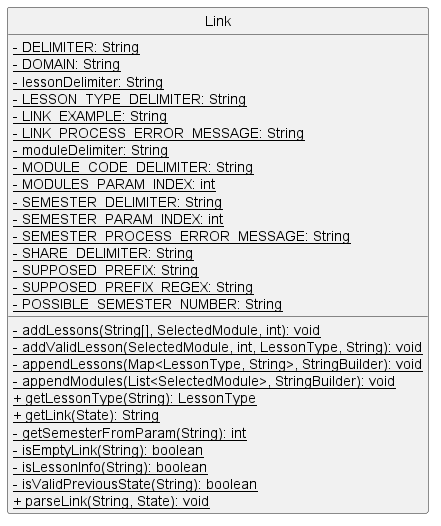
The PlantUML diagram docs/images/linkClass.png in nus-cs2113-AY2223S1/tp, before a commit.
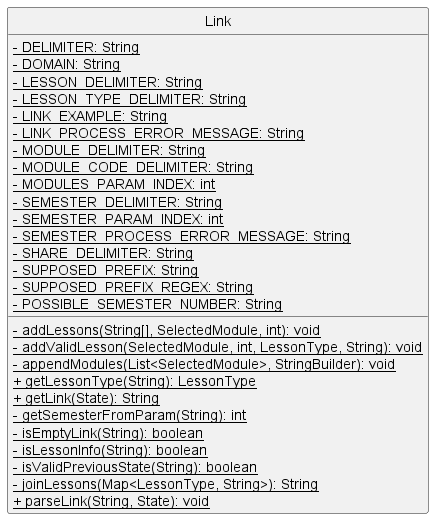
Later version of the same file.

Diff of the diagram source:
```diff
@@ -5,11 +5,11 @@
 class Link {
     <u>- DELIMITER: String
     <u>- DOMAIN: String
-    <u>- lessonDelimiter: String
+    <u>- LESSON_DELIMITER: String
     <u>- LESSON_TYPE_DELIMITER: String
     <u>- LINK_EXAMPLE: String
     <u>- LINK_PROCESS_ERROR_MESSAGE: String
-    <u>- moduleDelimiter: String
+    <u>- MODULE_DELIMITER: String
     <u>- MODULE_CODE_DELIMITER: String
     <u>- MODULES_PARAM_INDEX: int
     <u>- SEMESTER_DELIMITER: String
@@ -22,7 +22,6 @@
 
     <u>- addLessons(String[], SelectedModule, int): void
     <u>- addValidLesson(SelectedModule, int, LessonType, String): void
-    <u>- appendLessons(Map<LessonType, String>, StringBuilder): void
     <u>- appendModules(List<SelectedModule>, StringBuilder): void
     <u>+ getLessonType(String): LessonType
     <u>+ getLink(State): String
@@ -30,6 +29,7 @@
     <u>- isEmptyLink(String): boolean
     <u>- isLessonInfo(String): boolean
     <u>- isValidPreviousState(String): boolean
+    <u>- joinLessons(Map<LessonType, String>): String
     <u>+ parseLink(String, State): void
 }
 @enduml
```
